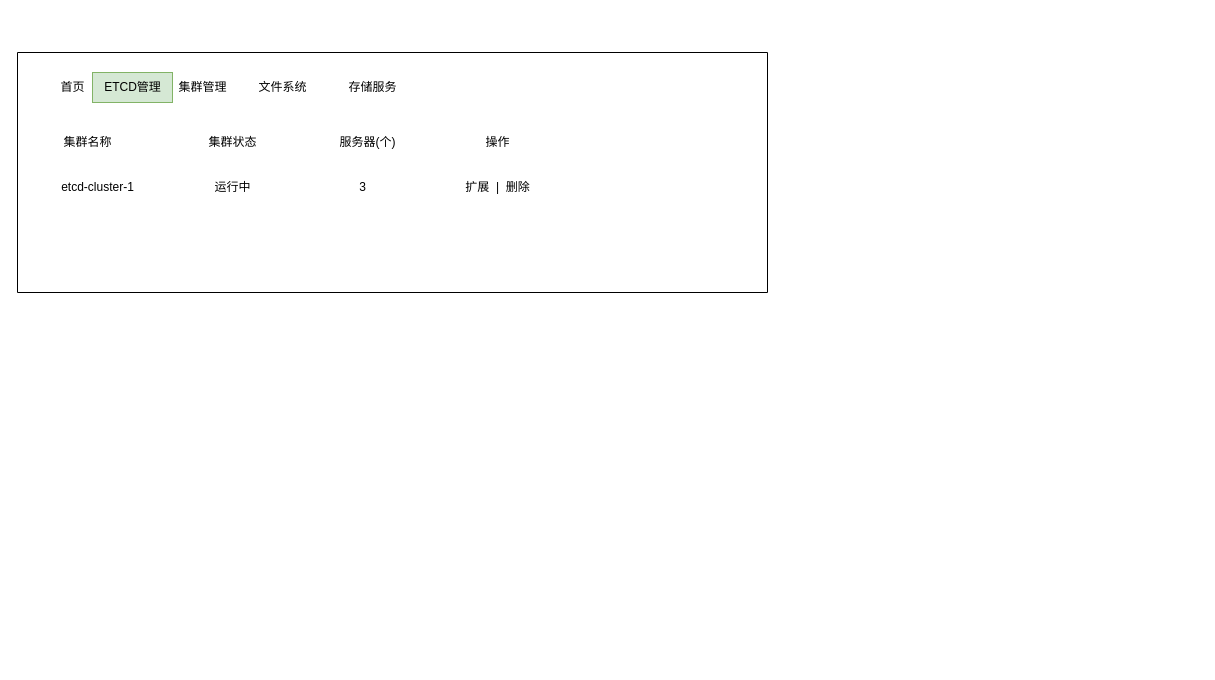
Above: xfile-etcd管理.drawio in yihezhou/diagrams (draw.io), before the change. Source tidied: cells renumbered, new cells numbered last; positions are measured from the earlier drawing's top-left corner, leaving out a move shared by most shapes. Both pictures are drawn from the tidied source at 100%, with x=0, y=0 at pixel (17, 52).
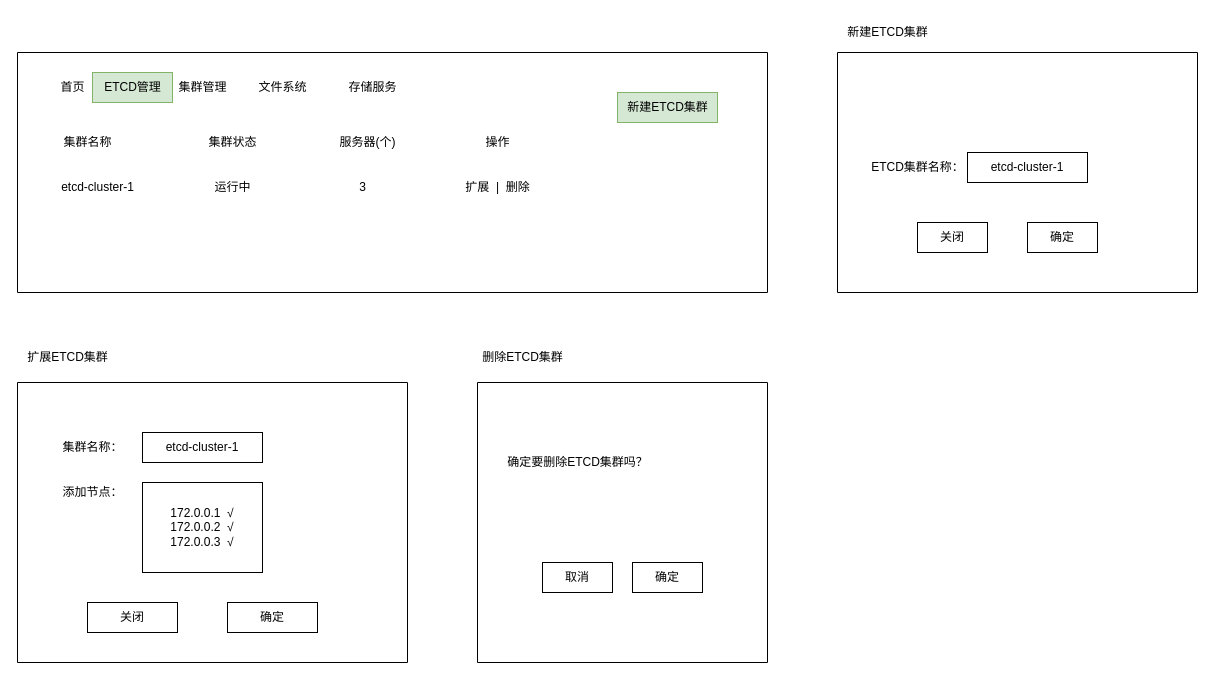
The same diagram, later.

The change refers to these unchanged cells:
```xml
<mxCell id="2" style="swimlane;startSize=0;" parent="1" vertex="1">
  <mxGeometry width="750" height="240" as="geometry" />
</mxCell>
```

Change to the diagram source:
```diff
@@
+    <mxCell id="16" value="新建ETCD集群" style="text;html=1;align=center;verticalAlign=middle;strokeColor=#82b366;fillColor=#d5e8d4;" parent="2" vertex="1">
+      <mxGeometry x="600" y="40" width="100" height="30" as="geometry" />
+    </mxCell>
@@
+    <mxCell id="17" style="swimlane;startSize=0;" parent="1" vertex="1">
+      <mxGeometry x="820" width="360" height="240" as="geometry" />
+    </mxCell>
+    <mxCell id="18" value="ETCD集群名称：" style="text;html=1;align=center;verticalAlign=middle;strokeColor=none;fillColor=none;" parent="17" vertex="1">
+      <mxGeometry x="20" y="100" width="120" height="30" as="geometry" />
+    </mxCell>
+    <mxCell id="19" value="etcd-cluster-1" style="rounded=0;whiteSpace=wrap;html=1;" parent="17" vertex="1">
+      <mxGeometry x="130" y="100" width="120" height="30" as="geometry" />
+    </mxCell>
+    <mxCell id="20" value="关闭" style="rounded=0;whiteSpace=wrap;html=1;" parent="17" vertex="1">
+      <mxGeometry x="80" y="170" width="70" height="30" as="geometry" />
+    </mxCell>
+    <mxCell id="21" value="确定" style="rounded=0;whiteSpace=wrap;html=1;" parent="17" vertex="1">
+      <mxGeometry x="190" y="170" width="70" height="30" as="geometry" />
+    </mxCell>
+    <mxCell id="22" value="新建ETCD集群" style="text;html=1;align=center;verticalAlign=middle;strokeColor=none;fillColor=none;" parent="1" vertex="1">
+      <mxGeometry x="820" y="-35" width="100" height="30" as="geometry" />
+    </mxCell>
+    <mxCell id="23" style="swimlane;startSize=0;" parent="1" vertex="1">
+      <mxGeometry y="330" width="390" height="280" as="geometry" />
+    </mxCell>
+    <mxCell id="24" value="集群名称：" style="text;html=1;align=center;verticalAlign=middle;strokeColor=none;fillColor=none;" parent="23" vertex="1">
+      <mxGeometry x="35" y="50" width="80" height="30" as="geometry" />
+    </mxCell>
+    <mxCell id="25" value="etcd-cluster-1" style="rounded=0;whiteSpace=wrap;html=1;" parent="23" vertex="1">
+      <mxGeometry x="125" y="50" width="120" height="30" as="geometry" />
+    </mxCell>
+    <mxCell id="26" value="添加节点：" style="text;html=1;align=center;verticalAlign=middle;strokeColor=none;fillColor=none;" parent="23" vertex="1">
+      <mxGeometry x="35" y="95" width="80" height="30" as="geometry" />
+    </mxCell>
+    <mxCell id="27" value="172.0.0.1&amp;nbsp; √&lt;br&gt;172.0.0.2&amp;nbsp; √&lt;br&gt;172.0.0.3&amp;nbsp; √" style="rounded=0;whiteSpace=wrap;html=1;" parent="23" vertex="1">
+      <mxGeometry x="125" y="100" width="120" height="90" as="geometry" />
+    </mxCell>
+    <mxCell id="28" value="关闭" style="rounded=0;whiteSpace=wrap;html=1;" parent="23" vertex="1">
+      <mxGeometry x="70" y="220" width="90" height="30" as="geometry" />
+    </mxCell>
+    <mxCell id="29" value="确定" style="rounded=0;whiteSpace=wrap;html=1;" parent="23" vertex="1">
+      <mxGeometry x="210" y="220" width="90" height="30" as="geometry" />
+    </mxCell>
+    <mxCell id="30" value="扩展ETCD集群" style="text;html=1;align=center;verticalAlign=middle;strokeColor=none;fillColor=none;" parent="1" vertex="1">
+      <mxGeometry y="290" width="100" height="30" as="geometry" />
+    </mxCell>
+    <mxCell id="31" style="swimlane;startSize=0;" parent="1" vertex="1">
+      <mxGeometry x="460" y="330" width="290" height="280" as="geometry" />
+    </mxCell>
+    <mxCell id="32" value="确定要删除ETCD集群吗？" style="text;html=1;align=center;verticalAlign=middle;strokeColor=none;fillColor=none;" parent="31" vertex="1">
+      <mxGeometry x="20" y="65" width="160" height="30" as="geometry" />
+    </mxCell>
+    <mxCell id="33" value="确定" style="whiteSpace=wrap;html=1;" parent="31" vertex="1">
+      <mxGeometry x="155" y="180" width="70" height="30" as="geometry" />
+    </mxCell>
+    <mxCell id="34" value="取消" style="whiteSpace=wrap;html=1;" parent="31" vertex="1">
+      <mxGeometry x="65" y="180" width="70" height="30" as="geometry" />
+    </mxCell>
+    <mxCell id="35" value="删除ETCD集群" style="text;html=1;align=center;verticalAlign=middle;strokeColor=none;fillColor=none;" parent="1" vertex="1">
+      <mxGeometry x="455" y="290" width="100" height="30" as="geometry" />
+    </mxCell>
```
